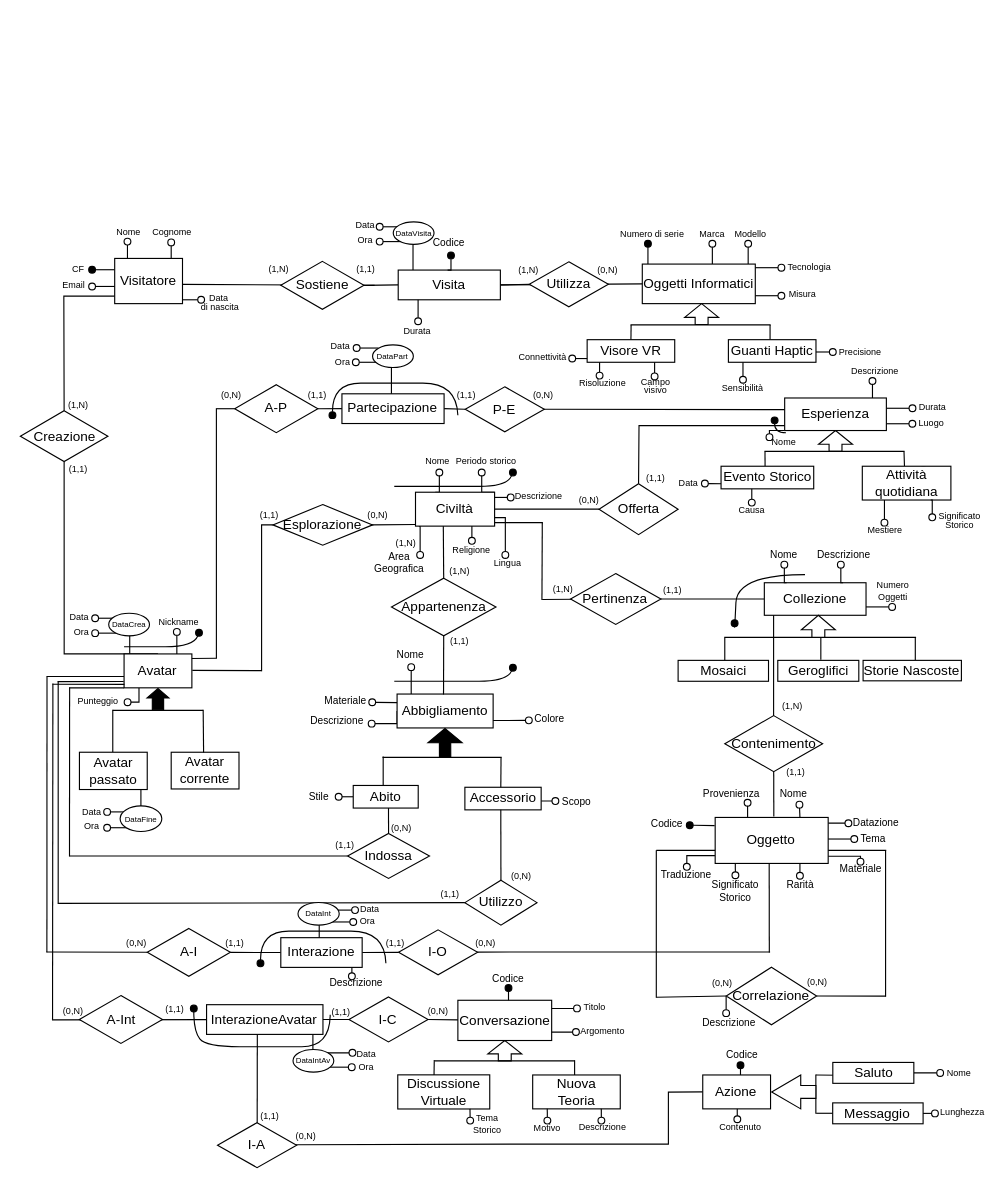
pnocerino/BasiDiDati keeps this draw.io diagram as WP1/ER.drawio. Above is the earlier version. Source tidied: cells renumbered, new cells numbered last; positions are measured from the earlier drawing's top-left corner, leaving out a move shared by most shapes. Both pictures are drawn from the tidied source at 113%, with x=0, y=0 at pixel (19, 27).
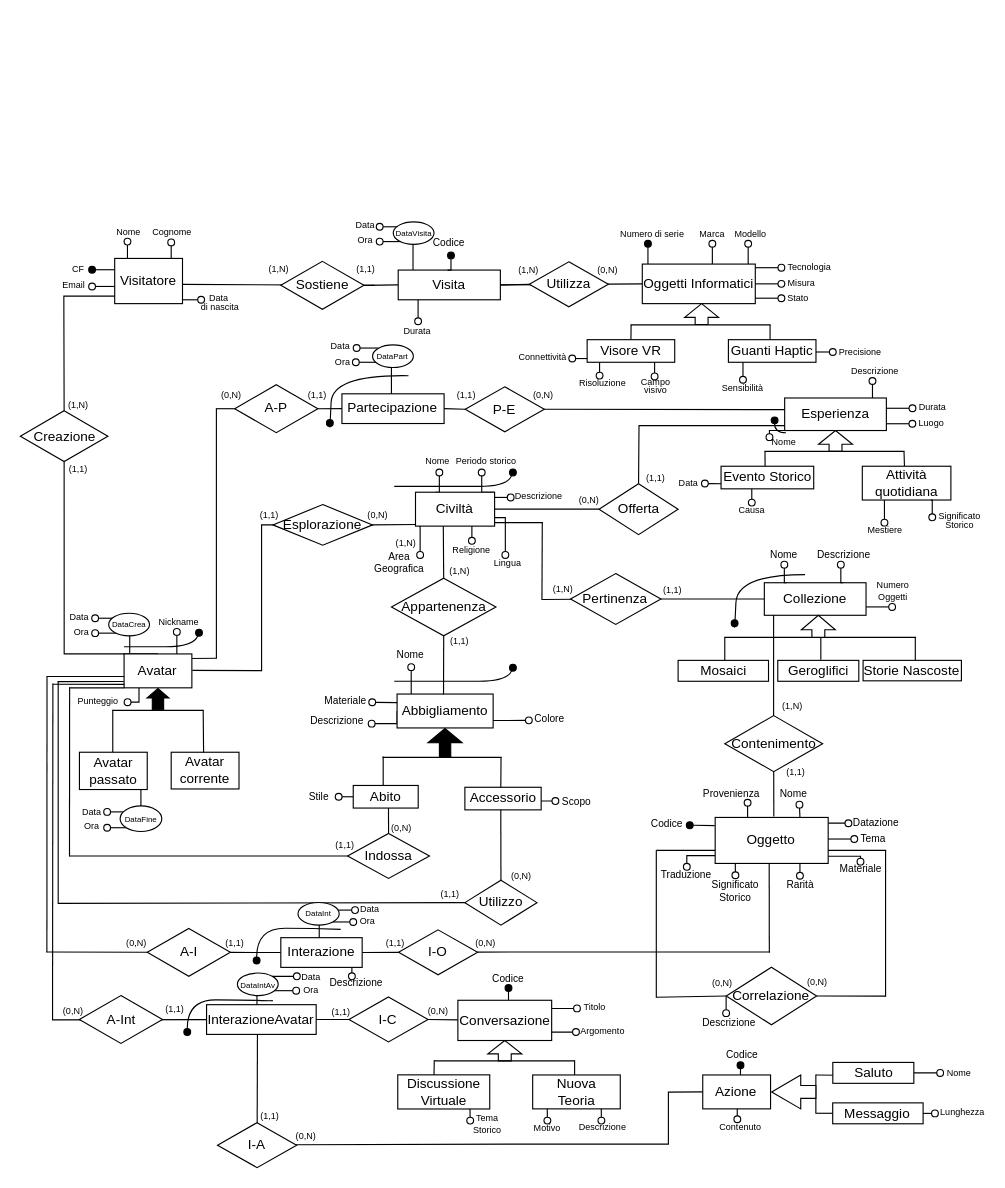
After the change.

Change to the diagram source:
```diff
@@
     <mxCell id="18" value="&lt;font style=&quot;font-size: 8px;&quot;&gt;Misura&lt;/font&gt;" style="text;html=1;align=center;verticalAlign=middle;whiteSpace=wrap;rounded=1;strokeColor=none;" parent="1" vertex="1">
-      <mxGeometry x="668" y="229" width="50" height="12" as="geometry" />
+      <mxGeometry x="667.1" y="219" width="50" height="12" as="geometry" />
     </mxCell>
@@
     <mxCell id="99" style="edgeStyle=orthogonalEdgeStyle;rounded=0;orthogonalLoop=1;jettySize=auto;html=1;exitX=1;exitY=0.5;exitDx=0;exitDy=0;endArrow=oval;endFill=0;" parent="1" edge="1">
       <mxGeometry relative="1" as="geometry">
-        <mxPoint x="650.9" y="237.2" as="sourcePoint" />
-        <mxPoint x="674" y="237.2" as="targetPoint" />
+        <mxPoint x="650.9" y="226.7" as="sourcePoint" />
+        <mxPoint x="674" y="226.7" as="targetPoint" />
       </mxGeometry>
     </mxCell>
@@
     <mxCell id="220" value="&lt;font style=&quot;font-size: 8px;&quot;&gt;Ora&lt;/font&gt;" style="text;html=1;align=center;verticalAlign=middle;whiteSpace=wrap;rounded=1;strokeColor=none;glass=0;" parent="1" vertex="1">
-      <mxGeometry x="291.8" y="912.8" width="30" height="11.5" as="geometry" />
+      <mxGeometry x="242.6" y="845.1" width="30" height="11.5" as="geometry" />
     </mxCell>
     <mxCell id="221" style="edgeStyle=orthogonalEdgeStyle;rounded=0;orthogonalLoop=1;jettySize=auto;html=1;exitX=1;exitY=1;exitDx=0;exitDy=0;endArrow=oval;endFill=0;" parent="1" edge="1">
       <mxGeometry relative="1" as="geometry">
-        <mxPoint x="272.7" y="919.9" as="sourcePoint" />
-        <mxPoint x="293.8" y="919.7" as="targetPoint" />
+        <mxPoint x="223.4" y="852.2" as="sourcePoint" />
+        <mxPoint x="244.6" y="852" as="targetPoint" />
       </mxGeometry>
     </mxCell>
     <mxCell id="222" value="&lt;font style=&quot;font-size: 8px;&quot;&gt;Data&lt;/font&gt;" style="text;html=1;align=center;verticalAlign=middle;whiteSpace=wrap;rounded=1;strokeColor=none;glass=0;" parent="1" vertex="1">
-      <mxGeometry x="291.8" y="903.9" width="30" height="6.5" as="geometry" />
+      <mxGeometry x="242.6" y="836.2" width="30" height="6.5" as="geometry" />
     </mxCell>
@@
-    <mxCell id="277" style="endArrow=none;html=1;rounded=0;entryX=0.5;entryY=0;entryDx=0;entryDy=0;exitX=0.436;exitY=0.956;exitDx=0;exitDy=0;exitPerimeter=0;" parent="1" edge="1" source="282">
+    <mxCell id="277" style="endArrow=none;html=1;rounded=0;entryX=0.5;entryY=0;entryDx=0;entryDy=0;exitX=0.464;exitY=1.016;exitDx=0;exitDy=0;exitPerimeter=0;" parent="1" edge="1" source="282">
       <mxGeometry relative="1" as="geometry">
         <mxPoint x="210.1" y="970" as="targetPoint" />
       </mxGeometry>
     </mxCell>
@@
-    <mxCell id="279" style="endArrow=none;html=1;rounded=0;" parent="1" edge="1">
-      <mxGeometry relative="1" as="geometry">
-        <mxPoint x="259.4" y="910.4" as="sourcePoint" />
-        <mxPoint x="259.4" y="890.4" as="targetPoint" />
-      </mxGeometry>
-    </mxCell>
@@
-    <mxCell id="281" value="&lt;p style=&quot;line-height: 110%;&quot;&gt;&lt;font style=&quot;font-size: 7px;&quot;&gt;DataIntAv&lt;/font&gt;&lt;/p&gt;" style="ellipse;whiteSpace=wrap;html=1;" parent="1" vertex="1">
-      <mxGeometry x="241.8" y="904.3" width="36.1" height="20" as="geometry" />
-    </mxCell>
-    <mxCell id="282" value="InterazioneAvatar" style="whiteSpace=wrap;html=1;align=center;" parent="1" vertex="1">
-      <mxGeometry x="165.3" y="864.6" width="103" height="26.3" as="geometry" />
-    </mxCell>
@@
-    <mxCell id="344" style="curved=1;endArrow=oval;html=1;rounded=0;endFill=1;" parent="1" edge="1">
-      <mxGeometry relative="1" as="geometry">
-        <mxPoint x="324" y="828" as="sourcePoint" />
-        <mxPoint x="213" y="828" as="targetPoint" />
-        <Array as="points">
-          <mxPoint x="323.1" y="799.5" />
-          <mxPoint x="263.1" y="799.5" />
-          <mxPoint x="213.1" y="799.5" />
-        </Array>
-      </mxGeometry>
-    </mxCell>
@@
-    <mxCell id="347" style="curved=1;endArrow=oval;html=1;rounded=0;endFill=1;" parent="1" edge="1">
-      <mxGeometry relative="1" as="geometry">
-        <mxPoint x="387.7" y="342.9" as="sourcePoint" />
-        <mxPoint x="276.7" y="342.9" as="targetPoint" />
-        <Array as="points">
-          <mxPoint x="386.7" y="314.5" />
-          <mxPoint x="326.7" y="314.5" />
-          <mxPoint x="276.7" y="314.5" />
-        </Array>
-      </mxGeometry>
-    </mxCell>
-    <mxCell id="348" style="curved=1;endArrow=oval;html=1;rounded=0;endFill=1;" parent="1" edge="1">
-      <mxGeometry relative="1" as="geometry">
-        <mxPoint x="274.7" y="873.4" as="sourcePoint" />
-        <mxPoint x="154" y="868" as="targetPoint" />
-        <Array as="points">
-          <mxPoint x="274.6" y="901.8" />
-          <mxPoint x="224.6" y="901.8" />
-          <mxPoint x="164.6" y="901.8" />
-          <mxPoint x="154" y="888" />
-        </Array>
-      </mxGeometry>
-    </mxCell>
+    <mxCell id="349" style="edgeStyle=orthogonalEdgeStyle;rounded=0;orthogonalLoop=1;jettySize=auto;html=1;exitX=1;exitY=0.5;exitDx=0;exitDy=0;endArrow=oval;endFill=0;" parent="1" edge="1">
+      <mxGeometry relative="1" as="geometry">
+        <mxPoint x="650.9" y="239.4" as="sourcePoint" />
+        <mxPoint x="674" y="239.4" as="targetPoint" />
+      </mxGeometry>
+    </mxCell>
+    <mxCell id="350" value="&lt;span style=&quot;font-size: 8px;&quot;&gt;Stato&lt;/span&gt;" style="text;html=1;align=center;verticalAlign=middle;whiteSpace=wrap;rounded=1;strokeColor=none;" parent="1" vertex="1">
+      <mxGeometry x="664" y="227" width="50" height="21" as="geometry" />
+    </mxCell>
+    <mxCell id="351" style="curved=1;endArrow=oval;html=1;rounded=0;endFill=1;" parent="1" edge="1">
+      <mxGeometry relative="1" as="geometry">
+        <mxPoint x="284" y="798" as="sourcePoint" />
+        <mxPoint x="209.6" y="825.5" as="targetPoint" />
+        <Array as="points">
+          <mxPoint x="284" y="798" />
+          <mxPoint x="259.7" y="797" />
+          <mxPoint x="209.7" y="797" />
+        </Array>
+      </mxGeometry>
+    </mxCell>
+    <mxCell id="352" style="curved=1;endArrow=oval;html=1;rounded=0;endFill=1;" parent="1" edge="1">
+      <mxGeometry relative="1" as="geometry">
+        <mxPoint x="344" y="308" as="sourcePoint" />
+        <mxPoint x="274.4" y="349.9" as="targetPoint" />
+        <Array as="points">
+          <mxPoint x="276.6" y="306.9" />
+          <mxPoint x="274.4" y="356.5" />
+        </Array>
+      </mxGeometry>
+    </mxCell>
+    <mxCell id="353" style="endArrow=none;html=1;rounded=0;" parent="1" edge="1">
+      <mxGeometry relative="1" as="geometry">
+        <mxPoint x="209.9" y="874.4" as="sourcePoint" />
+        <mxPoint x="209.9" y="854.4" as="targetPoint" />
+      </mxGeometry>
+    </mxCell>
+    <mxCell id="282" value="InterazioneAvatar" style="whiteSpace=wrap;html=1;align=center;" parent="1" vertex="1">
+      <mxGeometry x="165.3" y="864.6" width="97" height="26.3" as="geometry" />
+    </mxCell>
+    <mxCell id="281" value="&lt;p style=&quot;line-height: 110%;&quot;&gt;&lt;font style=&quot;font-size: 7px;&quot;&gt;DataIntAv&lt;/font&gt;&lt;/p&gt;" style="ellipse;whiteSpace=wrap;html=1;" parent="1" vertex="1">
+      <mxGeometry x="192.6" y="836.6" width="36.1" height="20" as="geometry" />
+    </mxCell>
+    <mxCell id="354" style="curved=1;endArrow=oval;html=1;rounded=0;endFill=1;" parent="1" edge="1">
+      <mxGeometry relative="1" as="geometry">
+        <mxPoint x="224" y="861" as="sourcePoint" />
+        <mxPoint x="148.2" y="888.8" as="targetPoint" />
+        <Array as="points">
+          <mxPoint x="222.6" y="861.3" />
+          <mxPoint x="198.2" y="860.3" />
+          <mxPoint x="148.2" y="860.3" />
+        </Array>
+      </mxGeometry>
+    </mxCell>
```
